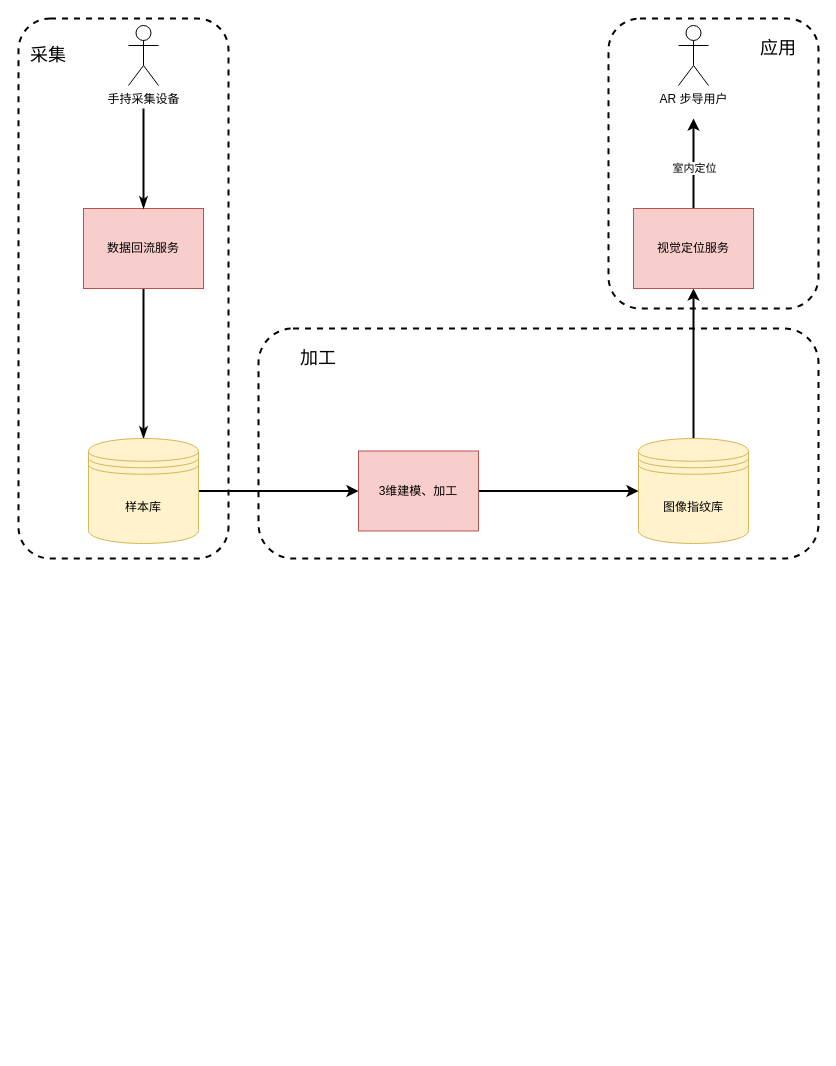
Before: page "专利1" (19 of 19) of AR 客户端架构.drawio in wangziji/graphics, a draw.io diagram. Source tidied: cells renumbered, new cells numbered last; positions are measured from the earlier drawing's top-left corner, leaving out a move shared by most shapes. Both pictures are drawn from the tidied source at 100%, with x=0, y=0 at pixel (18, 18).
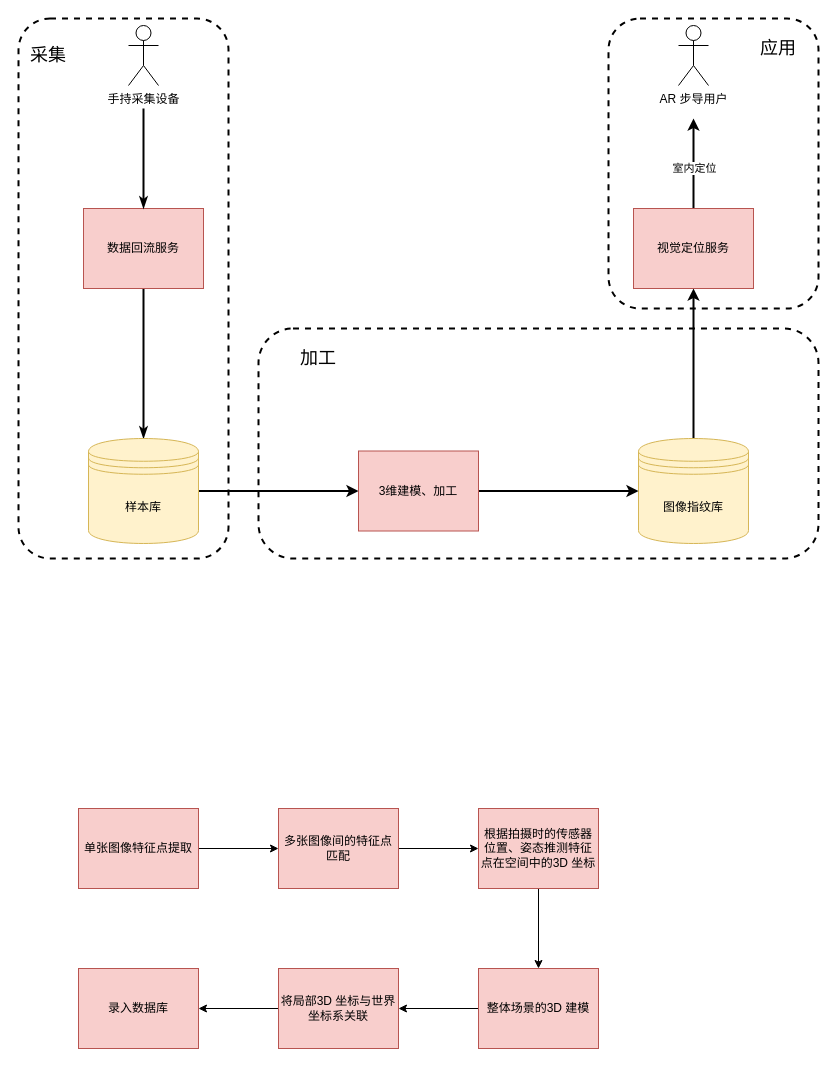
After the change.

Commit message:
Update AR 客户端架构.drawio

What changed in the source:
```diff
@@
+    <mxCell id="16" style="rounded=1;whiteSpace=wrap;html=1;strokeWidth=2;fillColor=none;dashed=1;" parent="1" vertex="1">
+      <mxGeometry width="210" height="540" as="geometry" />
+    </mxCell>
@@
-    <mxCell id="16" style="rounded=1;whiteSpace=wrap;html=1;strokeWidth=2;fillColor=none;dashed=1;" parent="1" vertex="1">
-      <mxGeometry width="210" height="540" as="geometry" />
-    </mxCell>
@@
+    <mxCell id="22" style="edgeStyle=orthogonalEdgeStyle;rounded=0;jettySize=auto;html=1;" parent="1" edge="1" source="23" target="25">
+      <mxGeometry relative="1" as="geometry" />
+    </mxCell>
+    <mxCell id="23" value="单张图像特征点提取" style="rounded=0;whiteSpace=wrap;html=1;fillColor=#f8cecc;strokeColor=#b85450;" parent="1" vertex="1">
+      <mxGeometry x="60" y="790" width="120" height="80" as="geometry" />
+    </mxCell>
+    <mxCell id="24" style="edgeStyle=orthogonalEdgeStyle;rounded=0;jettySize=auto;html=1;" parent="1" edge="1" source="25" target="27">
+      <mxGeometry relative="1" as="geometry" />
+    </mxCell>
+    <mxCell id="25" value="多张图像间的特征点匹配" style="rounded=0;whiteSpace=wrap;html=1;fillColor=#f8cecc;strokeColor=#b85450;" parent="1" vertex="1">
+      <mxGeometry x="260" y="790" width="120" height="80" as="geometry" />
+    </mxCell>
+    <mxCell id="26" style="edgeStyle=orthogonalEdgeStyle;rounded=0;jettySize=auto;html=1;" parent="1" edge="1" source="27" target="29">
+      <mxGeometry relative="1" as="geometry" />
+    </mxCell>
+    <mxCell id="27" value="根据拍摄时的传感器位置、姿态推测特征点在空间中的3D 坐标" style="rounded=0;whiteSpace=wrap;html=1;fillColor=#f8cecc;strokeColor=#b85450;" parent="1" vertex="1">
+      <mxGeometry x="460" y="790" width="120" height="80" as="geometry" />
+    </mxCell>
+    <mxCell id="28" style="edgeStyle=orthogonalEdgeStyle;rounded=0;jettySize=auto;html=1;" parent="1" edge="1" source="29" target="31">
+      <mxGeometry relative="1" as="geometry" />
+    </mxCell>
+    <mxCell id="29" value="整体场景的3D 建模" style="rounded=0;whiteSpace=wrap;html=1;fillColor=#f8cecc;strokeColor=#b85450;" parent="1" vertex="1">
+      <mxGeometry x="460" y="950" width="120" height="80" as="geometry" />
+    </mxCell>
+    <mxCell id="30" style="edgeStyle=orthogonalEdgeStyle;rounded=0;jettySize=auto;html=1;" parent="1" edge="1" source="31" target="32">
+      <mxGeometry relative="1" as="geometry" />
+    </mxCell>
+    <mxCell id="31" value="将局部3D 坐标与世界坐标系关联" style="rounded=0;whiteSpace=wrap;html=1;fillColor=#f8cecc;strokeColor=#b85450;" parent="1" vertex="1">
+      <mxGeometry x="260" y="950" width="120" height="80" as="geometry" />
+    </mxCell>
+    <mxCell id="32" value="录入数据库" style="rounded=0;whiteSpace=wrap;html=1;fillColor=#f8cecc;strokeColor=#b85450;" parent="1" vertex="1">
+      <mxGeometry x="60" y="950" width="120" height="80" as="geometry" />
+    </mxCell>
```
